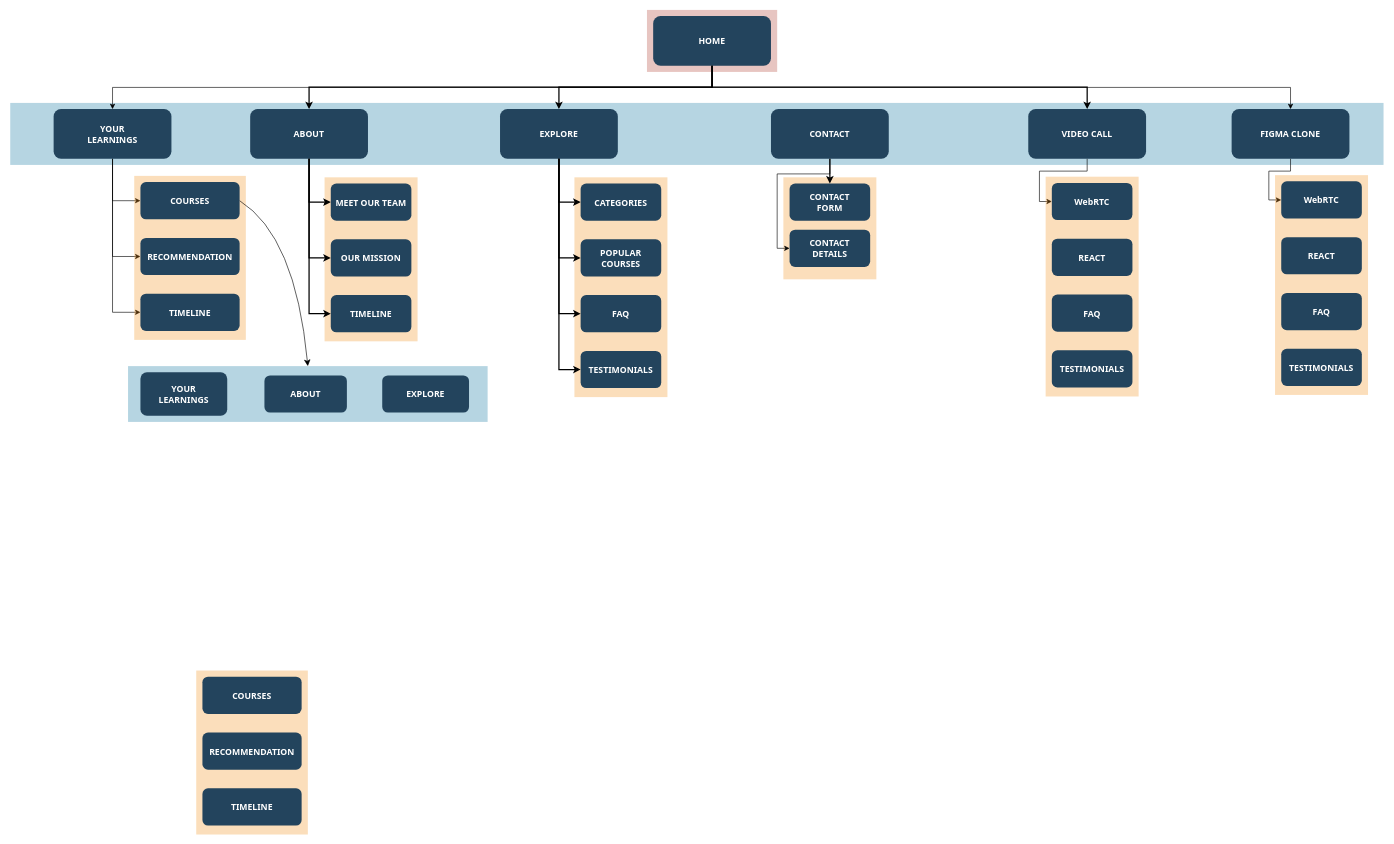
Earlier version of the draw.io diagram Sitemap.drawio (ayush-ranjan07/DynamiX). Source tidied: cells renumbered, new cells numbered last; positions are measured from the earlier drawing's top-left corner, leaving out a move shared by most shapes. Both pictures are drawn from the tidied source at 62%, with x=0, y=0 at pixel (10, 10).
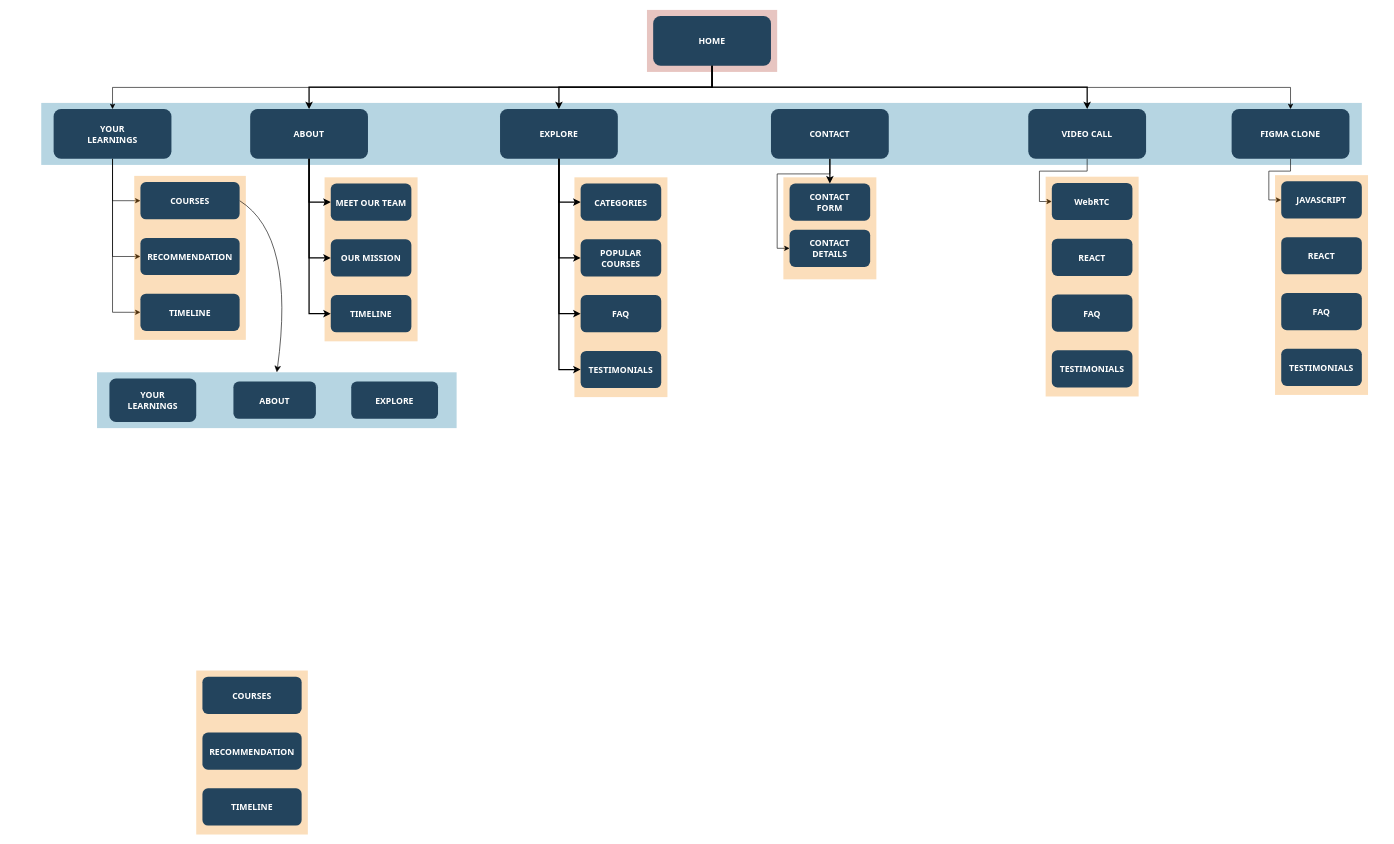
The same page after the edit.

The edit, as a diff of the source:
```diff
@@
     <mxCell id="3" style="fillColor=#10739E;strokeColor=none;opacity=30;" parent="1" vertex="1">
-      <mxGeometry y="149.5" width="2215" height="100" as="geometry" />
+      <mxGeometry x="50" y="149.5" width="2130" height="100" as="geometry" />
     </mxCell>
@@
     <mxCell id="52" style="fillColor=#10739E;strokeColor=none;opacity=30;" parent="1" vertex="1">
-      <mxGeometry x="190" y="574" width="580" height="90" as="geometry" />
+      <mxGeometry x="140" y="584" width="580" height="90" as="geometry" />
     </mxCell>
     <mxCell id="53" value="ABOUT" style="rounded=1;fillColor=#23445D;gradientColor=none;strokeColor=none;fontColor=#FFFFFF;fontStyle=1;fontFamily=Tahoma;fontSize=14;" parent="1" vertex="1">
-      <mxGeometry x="410" y="589" width="133" height="60" as="geometry" />
+      <mxGeometry x="360" y="599" width="133" height="60" as="geometry" />
     </mxCell>
     <mxCell id="54" value="EXPLORE" style="rounded=1;fillColor=#23445D;gradientColor=none;strokeColor=none;fontColor=#FFFFFF;fontStyle=1;fontFamily=Tahoma;fontSize=14;" parent="1" vertex="1">
-      <mxGeometry x="600" y="589" width="140" height="60" as="geometry" />
+      <mxGeometry x="550" y="599" width="140" height="60" as="geometry" />
     </mxCell>
     <mxCell id="55" value="YOUR&#10;LEARNINGS" style="rounded=1;fillColor=#23445D;gradientColor=none;strokeColor=none;fontColor=#FFFFFF;fontStyle=1;fontFamily=Tahoma;fontSize=14;" parent="1" vertex="1">
-      <mxGeometry x="210" y="584" width="140" height="70" as="geometry" />
+      <mxGeometry x="160" y="594" width="140" height="70" as="geometry" />
     </mxCell>
@@
-    <mxCell id="63" value="WebRTC" style="rounded=1;fillColor=#23445D;gradientColor=none;strokeColor=none;fontColor=#FFFFFF;fontStyle=1;fontFamily=Tahoma;fontSize=14;" parent="1" vertex="1">
+    <mxCell id="63" value="JAVASCRIPT" style="rounded=1;fillColor=#23445D;gradientColor=none;strokeColor=none;fontColor=#FFFFFF;fontStyle=1;fontFamily=Tahoma;fontSize=14;" parent="1" vertex="1">
       <mxGeometry x="2050" y="276" width="130" height="60" as="geometry" />
     </mxCell>
```
